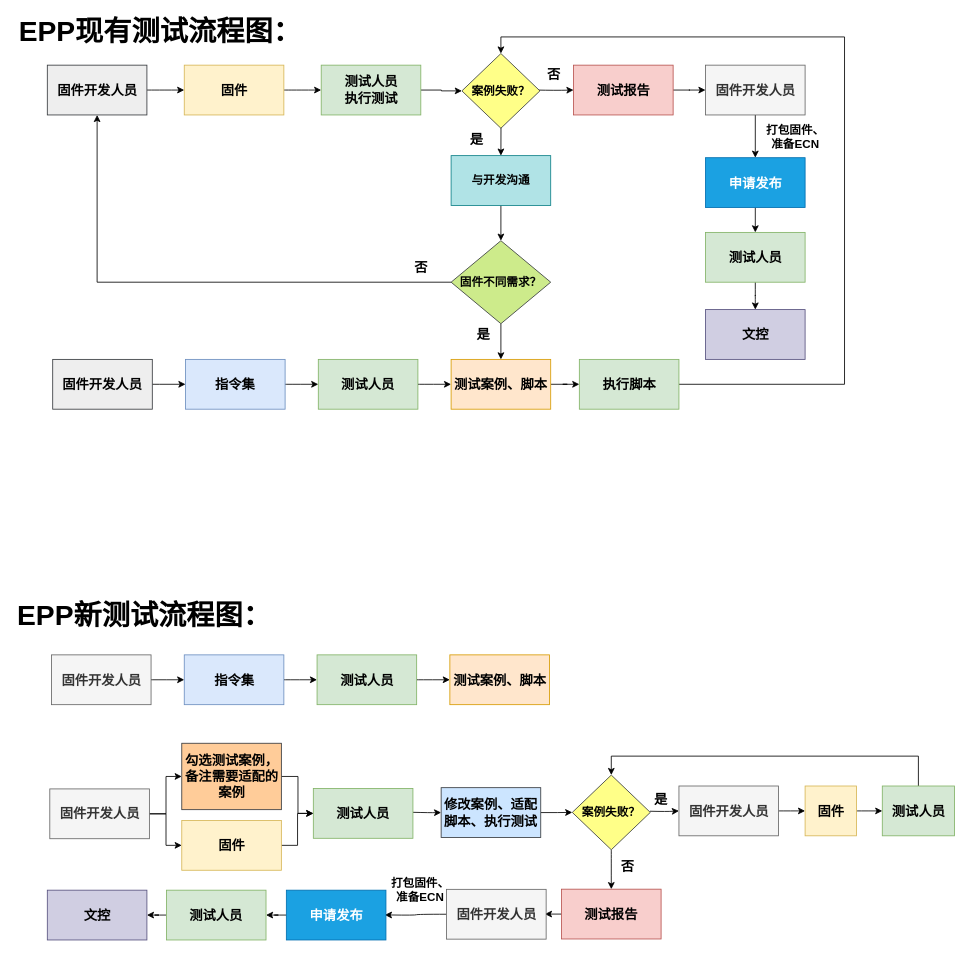
Above: EppFlowchart.drawio in yesiya/EppFlowchart (draw.io), before the change. Source tidied: cells renumbered, new cells numbered last; positions are measured from the earlier drawing's top-left corner, leaving out a move shared by most shapes. Both pictures are drawn from the tidied source at 83%, with x=0, y=0 at pixel (14, 22).
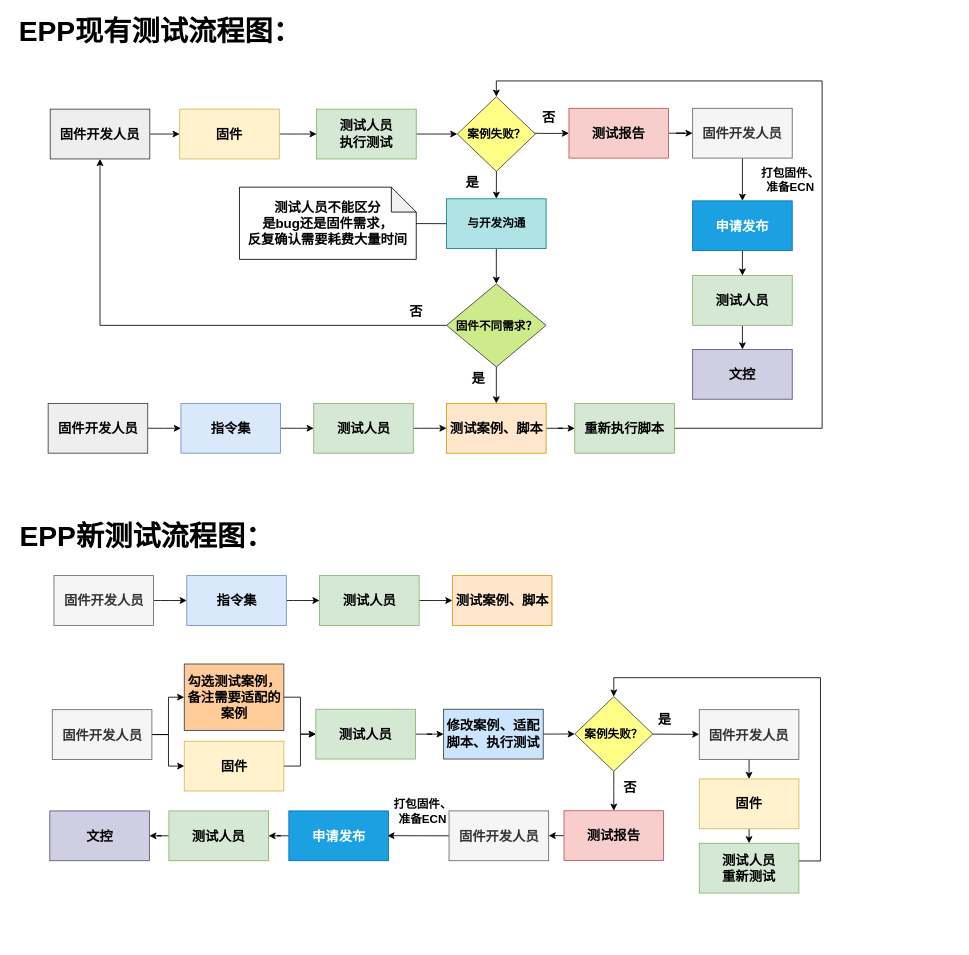
After the change.

The edit, as a diff of the source:
```diff
@@
     <mxCell id="3" value="固件开发人员" style="rounded=0;whiteSpace=wrap;html=1;fillColor=#eeeeee;strokeColor=#36393d;fontStyle=1;fontSize=16;" parent="1" vertex="1">
-      <mxGeometry x="46" y="405.5" width="120" height="60" as="geometry" />
+      <mxGeometry x="40.5" y="458.5" width="120" height="60" as="geometry" />
     </mxCell>
@@
     <mxCell id="5" value="指令集" style="rounded=0;whiteSpace=wrap;html=1;fillColor=#dae8fc;strokeColor=#6c8ebf;fontStyle=1;fontSize=16;" parent="1" vertex="1">
-      <mxGeometry x="206" y="405.5" width="120" height="60" as="geometry" />
+      <mxGeometry x="200.5" y="458.5" width="120" height="60" as="geometry" />
     </mxCell>
@@
     <mxCell id="7" value="测试人员" style="rounded=0;whiteSpace=wrap;html=1;fillColor=#d5e8d4;strokeColor=#82b366;fontStyle=1;fontSize=16;" parent="1" vertex="1">
-      <mxGeometry x="366" y="405.5" width="120" height="60" as="geometry" />
+      <mxGeometry x="360.5" y="458.5" width="120" height="60" as="geometry" />
     </mxCell>
@@
     <mxCell id="9" value="测试案例、脚本" style="rounded=0;whiteSpace=wrap;html=1;fillColor=#ffe6cc;strokeColor=#d79b00;fontStyle=1;fontSize=16;" parent="1" vertex="1">
-      <mxGeometry x="526" y="405.5" width="120" height="60" as="geometry" />
+      <mxGeometry x="520.5" y="458.5" width="120" height="60" as="geometry" />
     </mxCell>
@@
     <mxCell id="11" value="固件开发人员" style="rounded=0;whiteSpace=wrap;html=1;fillColor=#eeeeee;strokeColor=#36393d;fontStyle=1;fontSize=16;" parent="1" vertex="1">
-      <mxGeometry x="39.5" y="51" width="120" height="60" as="geometry" />
+      <mxGeometry x="43" y="104" width="120" height="60" as="geometry" />
     </mxCell>
@@
     <mxCell id="13" value="固件" style="rounded=0;whiteSpace=wrap;html=1;fillColor=#fff2cc;strokeColor=#d6b656;fontStyle=1;fontSize=16;" parent="1" vertex="1">
-      <mxGeometry x="204.5" y="51" width="120" height="60" as="geometry" />
+      <mxGeometry x="199" y="104" width="120" height="60" as="geometry" />
     </mxCell>
@@
     <mxCell id="15" value="测试人员&lt;br&gt;执行测试" style="rounded=0;whiteSpace=wrap;html=1;fillColor=#d5e8d4;strokeColor=#82b366;fontStyle=1;fontSize=16;" parent="1" vertex="1">
-      <mxGeometry x="369.5" y="51" width="120" height="60" as="geometry" />
+      <mxGeometry x="364" y="104" width="120" height="60" as="geometry" />
     </mxCell>
@@
     <mxCell id="17" value="测试报告" style="rounded=0;whiteSpace=wrap;html=1;fillColor=#f8cecc;strokeColor=#b85450;fontStyle=1;fontSize=16;" parent="1" vertex="1">
-      <mxGeometry x="673.5" y="51" width="120" height="60" as="geometry" />
+      <mxGeometry x="668" y="103" width="120" height="60" as="geometry" />
     </mxCell>
@@
     <mxCell id="19" value="固件开发人员" style="rounded=0;whiteSpace=wrap;html=1;fillColor=#f5f5f5;strokeColor=#666666;fontColor=#333333;fontStyle=1;fontSize=16;" parent="1" vertex="1">
-      <mxGeometry x="832.5" y="51" width="120" height="60" as="geometry" />
+      <mxGeometry x="817" y="103" width="120" height="60" as="geometry" />
     </mxCell>
@@
     <mxCell id="21" value="申请发布" style="rounded=0;whiteSpace=wrap;html=1;fillColor=#1ba1e2;strokeColor=#006EAF;fontColor=#ffffff;fontStyle=1;fontSize=16;" parent="1" vertex="1">
-      <mxGeometry x="832.5" y="162.5" width="120" height="60" as="geometry" />
+      <mxGeometry x="817" y="214.5" width="120" height="60" as="geometry" />
     </mxCell>
     <mxCell id="22" value="&lt;font style=&quot;font-size: 14px;&quot;&gt;打包固件、准备ECN&lt;/font&gt;" style="rounded=0;whiteSpace=wrap;html=1;fontSize=14;fillColor=none;strokeColor=none;fontStyle=1;" parent="1" vertex="1">
-      <mxGeometry x="900.5" y="117" width="80" height="40" as="geometry" />
+      <mxGeometry x="895" y="169" width="80" height="40" as="geometry" />
     </mxCell>
     <mxCell id="23" value="&lt;font style=&quot;font-size: 16px&quot;&gt;否&lt;/font&gt;" style="whiteSpace=wrap;html=1;fontSize=14;fontStyle=1;fillColor=none;strokeColor=none;" parent="1" vertex="1">
-      <mxGeometry x="629.5" y="42" width="40" height="40" as="geometry" />
+      <mxGeometry x="624" y="94" width="40" height="40" as="geometry" />
     </mxCell>
@@
     <mxCell id="25" value="与开发沟通" style="rounded=0;whiteSpace=wrap;html=1;fontSize=14;fillColor=#b0e3e6;strokeColor=#0e8088;fontStyle=1;" parent="1" vertex="1">
-      <mxGeometry x="526" y="160" width="120" height="60" as="geometry" />
+      <mxGeometry x="520.5" y="212" width="120" height="60" as="geometry" />
     </mxCell>
     <mxCell id="26" style="edgeStyle=orthogonalEdgeStyle;curved=1;rounded=0;jettySize=auto;html=1;fontSize=14;fontStyle=1;" parent="1" edge="1" target="17">
       <mxGeometry relative="1" as="geometry">
-        <mxPoint x="628.5" y="81" as="sourcePoint" />
+        <mxPoint x="623" y="133" as="sourcePoint" />
       </mxGeometry>
     </mxCell>
     <mxCell id="27" style="edgeStyle=none;rounded=0;jettySize=auto;html=1;exitX=0.5;exitY=1;exitDx=0;exitDy=0;entryX=0.5;entryY=0;entryDx=0;entryDy=0;fontSize=16;" parent="1" edge="1" target="25">
       <mxGeometry relative="1" as="geometry">
-        <mxPoint x="586.1" y="125.6" as="sourcePoint" />
+        <mxPoint x="580.6" y="177.6" as="sourcePoint" />
       </mxGeometry>
     </mxCell>
     <mxCell id="28" value="案例失败？" style="rhombus;whiteSpace=wrap;html=1;fontSize=14;fillColor=#ffff88;strokeColor=#36393d;fontStyle=1;" parent="1" vertex="1">
-      <mxGeometry x="539" y="37" width="94" height="90" as="geometry" />
+      <mxGeometry x="533.5" y="89" width="94" height="90" as="geometry" />
     </mxCell>
     <mxCell id="29" value="&lt;font style=&quot;font-size: 16px&quot;&gt;是&lt;br&gt;&lt;/font&gt;" style="whiteSpace=wrap;html=1;fontSize=14;fontStyle=1;fillColor=none;strokeColor=none;" parent="1" vertex="1">
-      <mxGeometry x="537" y="120" width="40" height="40" as="geometry" />
+      <mxGeometry x="531.5" y="172" width="40" height="40" as="geometry" />
     </mxCell>
@@
     <mxCell id="31" value="固件开发人员" style="rounded=0;whiteSpace=wrap;html=1;fillColor=#f5f5f5;strokeColor=#666666;fontColor=#333333;fontStyle=1;fontSize=16;" parent="1" vertex="1">
-      <mxGeometry x="44.5" y="761.5" width="120" height="60" as="geometry" />
+      <mxGeometry x="47.5" y="666" width="120" height="60" as="geometry" />
     </mxCell>
@@
     <mxCell id="33" value="指令集" style="rounded=0;whiteSpace=wrap;html=1;fillColor=#dae8fc;strokeColor=#6c8ebf;fontStyle=1;fontSize=16;" parent="1" vertex="1">
-      <mxGeometry x="204.5" y="761.5" width="120" height="60" as="geometry" />
+      <mxGeometry x="207.5" y="666" width="120" height="60" as="geometry" />
     </mxCell>
@@
     <mxCell id="35" value="测试人员" style="rounded=0;whiteSpace=wrap;html=1;fillColor=#d5e8d4;strokeColor=#82b366;fontStyle=1;fontSize=16;" parent="1" vertex="1">
-      <mxGeometry x="364.5" y="761.5" width="120" height="60" as="geometry" />
+      <mxGeometry x="367.5" y="666" width="120" height="60" as="geometry" />
     </mxCell>
     <mxCell id="36" value="测试案例、脚本" style="rounded=0;whiteSpace=wrap;html=1;fillColor=#ffe6cc;strokeColor=#d79b00;fontStyle=1;fontSize=16;" parent="1" vertex="1">
-      <mxGeometry x="524.5" y="761.5" width="120" height="60" as="geometry" />
+      <mxGeometry x="527.5" y="666" width="120" height="60" as="geometry" />
     </mxCell>
@@
-    <mxCell id="38" style="edgeStyle=orthogonalEdgeStyle;rounded=0;jettySize=auto;html=1;exitX=1;exitY=0.5;exitDx=0;exitDy=0;fontSize=14;" parent="1" edge="1" source="39" target="52">
+    <mxCell id="38" style="edgeStyle=orthogonalEdgeStyle;rounded=0;jettySize=auto;html=1;exitX=1;exitY=0.5;exitDx=0;exitDy=0;fontSize=16;" parent="1" edge="1" source="39" target="52">
       <mxGeometry relative="1" as="geometry" />
     </mxCell>
     <mxCell id="39" value="固件开发人员" style="rounded=0;whiteSpace=wrap;html=1;fillColor=#f5f5f5;strokeColor=#666666;fontColor=#333333;fontStyle=1;fontSize=16;" parent="1" vertex="1">
-      <mxGeometry x="42.5" y="923" width="120" height="60" as="geometry" />
+      <mxGeometry x="45.5" y="827.5" width="120" height="60" as="geometry" />
     </mxCell>
@@
     <mxCell id="41" value="勾选测试案例，备注需要适配的案例" style="rounded=0;whiteSpace=wrap;html=1;fillColor=#ffcc99;strokeColor=#36393d;fontStyle=1;fontSize=16;" parent="1" vertex="1">
-      <mxGeometry x="201.5" y="868" width="120" height="80" as="geometry" />
+      <mxGeometry x="204.5" y="772.5" width="120" height="80" as="geometry" />
     </mxCell>
-    <mxCell id="42" style="edgeStyle=orthogonalEdgeStyle;curved=1;rounded=0;jettySize=auto;html=1;fontSize=14;" parent="1" edge="1" target="45">
-      <mxGeometry relative="1" as="geometry">
-        <mxPoint x="480" y="951.2" as="sourcePoint" />
-      </mxGeometry>
-    </mxCell>
+    <mxCell id="81" style="edgeStyle=orthogonalEdgeStyle;rounded=0;jettySize=auto;html=1;exitX=1;exitY=0.5;exitDx=0;exitDy=0;fontSize=16;" parent="1" edge="1" source="43" target="45">
+      <mxGeometry relative="1" as="geometry" />
+    </mxCell>
     <mxCell id="43" value="测试人员" style="rounded=0;whiteSpace=wrap;html=1;fillColor=#d5e8d4;strokeColor=#82b366;fontStyle=1;fontSize=16;" parent="1" vertex="1">
-      <mxGeometry x="360" y="922.5" width="120" height="60" as="geometry" />
+      <mxGeometry x="363" y="827" width="120" height="60" as="geometry" />
     </mxCell>
-    <mxCell id="44" style="edgeStyle=orthogonalEdgeStyle;rounded=0;jettySize=auto;html=1;exitX=1;exitY=0.5;exitDx=0;exitDy=0;fontSize=16;" parent="1" edge="1" source="45" target="50">
+    <mxCell id="44" style="edgeStyle=none;rounded=0;jettySize=auto;html=1;fontSize=16;" parent="1" edge="1" source="45" target="50">
       <mxGeometry relative="1" as="geometry" />
     </mxCell>
     <mxCell id="45" value="修改案例、适配脚本、执行测试" style="rounded=0;whiteSpace=wrap;html=1;fillColor=#cce5ff;strokeColor=#36393d;fontStyle=1;fontSize=16;" parent="1" vertex="1">
-      <mxGeometry x="514" y="921.5" width="120" height="60" as="geometry" />
+      <mxGeometry x="517" y="827" width="120" height="60" as="geometry" />
     </mxCell>
-    <mxCell id="46" style="edgeStyle=orthogonalEdgeStyle;rounded=0;jettySize=auto;html=1;exitX=0;exitY=0.5;exitDx=0;exitDy=0;fontSize=16;" parent="1" edge="1" source="47" target="55">
+    <mxCell id="46" style="edgeStyle=none;rounded=0;jettySize=auto;html=1;exitX=0;exitY=0.5;exitDx=0;exitDy=0;fontSize=16;" parent="1" edge="1" source="47" target="55">
       <mxGeometry relative="1" as="geometry" />
     </mxCell>
     <mxCell id="47" value="测试报告" style="rounded=0;whiteSpace=wrap;html=1;fillColor=#f8cecc;strokeColor=#b85450;fontStyle=1;fontSize=16;" parent="1" vertex="1">
-      <mxGeometry x="659" y="1043.8" width="120" height="60" as="geometry" />
+      <mxGeometry x="662" y="949.3" width="120" height="60" as="geometry" />
     </mxCell>
@@
-    <mxCell id="49" style="edgeStyle=orthogonalEdgeStyle;curved=1;rounded=0;jettySize=auto;html=1;fontSize=16;" parent="1" edge="1" target="63">
-      <mxGeometry relative="1" as="geometry">
-        <mxPoint x="765.6" y="949.9" as="sourcePoint" />
-      </mxGeometry>
-    </mxCell>
+    <mxCell id="82" style="edgeStyle=none;rounded=0;jettySize=auto;html=1;fontSize=16;" parent="1" edge="1" source="50" target="63">
+      <mxGeometry relative="1" as="geometry" />
+    </mxCell>
     <mxCell id="50" value="案例失败？" style="rhombus;whiteSpace=wrap;html=1;fontSize=14;fillColor=#ffff88;strokeColor=#36393d;fontStyle=1;" parent="1" vertex="1">
-      <mxGeometry x="672" y="906.3" width="94" height="90" as="geometry" />
+      <mxGeometry x="675" y="811.8" width="94" height="90" as="geometry" />
     </mxCell>
-    <mxCell id="51" style="edgeStyle=elbowEdgeStyle;rounded=0;jettySize=auto;html=1;exitX=1;exitY=0.5;exitDx=0;exitDy=0;entryX=0;entryY=0.5;entryDx=0;entryDy=0;fontSize=16;" parent="1" edge="1" source="52" target="43">
+    <mxCell id="51" style="edgeStyle=orthogonalEdgeStyle;rounded=0;jettySize=auto;html=1;exitX=1;exitY=0.5;exitDx=0;exitDy=0;entryX=0;entryY=0.5;entryDx=0;entryDy=0;fontSize=16;" parent="1" edge="1" source="52" target="43">
       <mxGeometry relative="1" as="geometry" />
     </mxCell>
     <mxCell id="52" value="固件" style="rounded=0;whiteSpace=wrap;html=1;fontSize=16;fillColor=#fff2cc;strokeColor=#d6b656;fontStyle=1;" parent="1" vertex="1">
-      <mxGeometry x="201.5" y="961" width="120" height="60" as="geometry" />
+      <mxGeometry x="204.5" y="865.5" width="120" height="60" as="geometry" />
     </mxCell>
     <mxCell id="53" value="&lt;font style=&quot;font-size: 16px&quot;&gt;否&lt;/font&gt;" style="whiteSpace=wrap;html=1;fontSize=14;fontStyle=1;fillColor=none;strokeColor=none;" parent="1" vertex="1">
-      <mxGeometry x="719" y="996.3" width="40" height="40" as="geometry" />
+      <mxGeometry x="722" y="900.8" width="40" height="40" as="geometry" />
     </mxCell>
     <mxCell id="54" style="edgeStyle=orthogonalEdgeStyle;curved=1;rounded=0;jettySize=auto;html=1;exitX=0;exitY=0.5;exitDx=0;exitDy=0;entryX=1;entryY=0.5;entryDx=0;entryDy=0;fontSize=16;" parent="1" edge="1" source="55">
       <mxGeometry relative="1" as="geometry">
-        <mxPoint x="446.2" y="1074.8" as="targetPoint" />
+        <mxPoint x="449.2" y="979.3" as="targetPoint" />
       </mxGeometry>
     </mxCell>
     <mxCell id="55" value="固件开发人员" style="rounded=0;whiteSpace=wrap;html=1;fillColor=#f5f5f5;strokeColor=#666666;fontColor=#333333;fontStyle=1;fontSize=16;" parent="1" vertex="1">
-      <mxGeometry x="520.5" y="1044" width="120" height="60" as="geometry" />
+      <mxGeometry x="523.5" y="949.5" width="120" height="60" as="geometry" />
     </mxCell>
@@
     <mxCell id="57" value="申请发布" style="rounded=0;whiteSpace=wrap;html=1;fillColor=#1ba1e2;strokeColor=#006EAF;fontColor=#ffffff;fontStyle=1;fontSize=16;" parent="1" vertex="1">
-      <mxGeometry x="327.5" y="1045" width="120" height="60" as="geometry" />
+      <mxGeometry x="330.5" y="949.5" width="120" height="60" as="geometry" />
     </mxCell>
@@
     <mxCell id="59" value="测试人员" style="rounded=0;whiteSpace=wrap;html=1;fillColor=#d5e8d4;strokeColor=#82b366;fontStyle=1;fontSize=16;" parent="1" vertex="1">
-      <mxGeometry x="183" y="1045" width="120" height="60" as="geometry" />
+      <mxGeometry x="186" y="949.5" width="120" height="60" as="geometry" />
     </mxCell>
     <mxCell id="60" value="文控" style="rounded=0;whiteSpace=wrap;html=1;fillColor=#d0cee2;strokeColor=#56517e;fontStyle=1;fontSize=16;" parent="1" vertex="1">
-      <mxGeometry x="39.5" y="1045" width="120" height="60" as="geometry" />
+      <mxGeometry x="42.5" y="949.5" width="120" height="60" as="geometry" />
     </mxCell>
     <mxCell id="61" value="&lt;font style=&quot;font-size: 14px;&quot;&gt;打包固件、准备ECN&lt;/font&gt;" style="rounded=0;whiteSpace=wrap;html=1;fontSize=14;fillColor=none;strokeColor=none;fontStyle=1;" parent="1" vertex="1">
-      <mxGeometry x="448.5" y="1025" width="80" height="40" as="geometry" />
+      <mxGeometry x="451.5" y="929.5" width="80" height="40" as="geometry" />
     </mxCell>
-    <mxCell id="62" style="edgeStyle=orthogonalEdgeStyle;curved=1;rounded=0;jettySize=auto;html=1;exitX=1;exitY=0.5;exitDx=0;exitDy=0;entryX=0;entryY=0.5;entryDx=0;entryDy=0;fontSize=16;" parent="1" edge="1" source="63" target="68">
+    <mxCell id="62" style="edgeStyle=none;rounded=0;jettySize=auto;html=1;exitX=0.5;exitY=1;exitDx=0;exitDy=0;fontSize=16;" parent="1" edge="1" source="63" target="68">
       <mxGeometry relative="1" as="geometry" />
     </mxCell>
     <mxCell id="63" value="固件开发人员" style="rounded=0;whiteSpace=wrap;html=1;fillColor=#f5f5f5;strokeColor=#666666;fontColor=#333333;fontStyle=1;fontSize=16;" parent="1" vertex="1">
-      <mxGeometry x="800.5" y="919.5" width="120" height="60" as="geometry" />
+      <mxGeometry x="825" y="827.5" width="120" height="60" as="geometry" />
     </mxCell>
     <mxCell id="64" value="&lt;font style=&quot;font-size: 16px&quot;&gt;是&lt;/font&gt;" style="whiteSpace=wrap;html=1;fontSize=14;fontStyle=1;fillColor=none;strokeColor=none;" parent="1" vertex="1">
-      <mxGeometry x="759" y="916.3" width="40" height="40" as="geometry" />
+      <mxGeometry x="769.5" y="825.5" width="27" height="27" as="geometry" />
     </mxCell>
-    <mxCell id="65" style="edgeStyle=orthogonalEdgeStyle;rounded=0;jettySize=auto;html=1;exitX=0.5;exitY=0;exitDx=0;exitDy=0;entryX=0.5;entryY=0;entryDx=0;entryDy=0;fontSize=16;" parent="1" edge="1" source="66" target="50">
+    <mxCell id="65" style="edgeStyle=orthogonalEdgeStyle;rounded=0;jettySize=auto;html=1;entryX=0.5;entryY=0;entryDx=0;entryDy=0;fontSize=16;" parent="1" edge="1" target="50">
       <mxGeometry relative="1" as="geometry">
+        <mxPoint x="919.5" y="1009.8" as="sourcePoint" />
         <Array as="points">
-          <mxPoint x="1088.5" y="883.5" />
-          <mxPoint x="718.5" y="883.5" />
+          <mxPoint x="971" y="1010" />
+          <mxPoint x="971" y="789" />
+          <mxPoint x="722" y="789" />
         </Array>
       </mxGeometry>
     </mxCell>
-    <mxCell id="66" value="测试人员" style="rounded=0;whiteSpace=wrap;html=1;fillColor=#d5e8d4;strokeColor=#82b366;fontStyle=1;fontSize=16;" parent="1" vertex="1">
-      <mxGeometry x="1045.5" y="919.5" width="87" height="60" as="geometry" />
-    </mxCell>
-    <mxCell id="67" style="edgeStyle=orthogonalEdgeStyle;curved=1;rounded=0;jettySize=auto;html=1;exitX=1;exitY=0.5;exitDx=0;exitDy=0;entryX=0;entryY=0.5;entryDx=0;entryDy=0;fontSize=16;" parent="1" edge="1" source="68" target="66">
-      <mxGeometry relative="1" as="geometry" />
-    </mxCell>
-    <mxCell id="68" value="固件" style="rounded=0;whiteSpace=wrap;html=1;fontSize=16;fillColor=#fff2cc;strokeColor=#d6b656;fontStyle=1;" parent="1" vertex="1">
-      <mxGeometry x="952.5" y="919.5" width="62" height="60" as="geometry" />
-    </mxCell>
@@
     <mxCell id="70" value="EPP新测试流程图：" style="text;html=1;strokeColor=none;fillColor=none;align=center;verticalAlign=middle;whiteSpace=wrap;rounded=0;fontSize=34;fontStyle=1;" parent="1" vertex="1">
-      <mxGeometry y="704" width="313" height="20" as="geometry" />
+      <mxGeometry x="3" y="608.5" width="313" height="20" as="geometry" />
     </mxCell>
@@
     <mxCell id="73" value="固件不同需求？" style="rhombus;whiteSpace=wrap;html=1;fontSize=14;fillColor=#cdeb8b;strokeColor=#36393d;fontStyle=1;" parent="1" vertex="1">
-      <mxGeometry x="526" y="262.5" width="120" height="100" as="geometry" />
+      <mxGeometry x="520.5" y="314.5" width="120" height="100" as="geometry" />
     </mxCell>
-    <mxCell id="74" style="edgeStyle=orthogonalEdgeStyle;curved=1;rounded=0;jettySize=auto;html=1;fontSize=14;fontStyle=1;" parent="1" edge="1" source="75" target="76">
+    <mxCell id="74" style="edgeStyle=none;rounded=0;jettySize=auto;html=1;exitX=0.5;exitY=1;exitDx=0;exitDy=0;fontSize=16;" parent="1" edge="1" source="75" target="76">
       <mxGeometry relative="1" as="geometry" />
     </mxCell>
     <mxCell id="75" value="测试人员" style="rounded=0;whiteSpace=wrap;html=1;fillColor=#d5e8d4;strokeColor=#82b366;fontStyle=1;fontSize=16;" parent="1" vertex="1">
-      <mxGeometry x="832.5" y="252.5" width="120" height="60" as="geometry" />
+      <mxGeometry x="817" y="304.5" width="120" height="60" as="geometry" />
     </mxCell>
     <mxCell id="76" value="文控" style="rounded=0;whiteSpace=wrap;html=1;fillColor=#d0cee2;strokeColor=#56517e;fontStyle=1;fontSize=16;" parent="1" vertex="1">
-      <mxGeometry x="832.5" y="345.5" width="120" height="60" as="geometry" />
+      <mxGeometry x="817" y="393.5" width="120" height="60" as="geometry" />
     </mxCell>
     <mxCell id="77" value="&lt;font style=&quot;font-size: 16px&quot;&gt;是&lt;br&gt;&lt;/font&gt;" style="whiteSpace=wrap;html=1;fontSize=14;fontStyle=1;fillColor=none;strokeColor=none;" parent="1" vertex="1">
-      <mxGeometry x="544.5" y="355.5" width="40" height="40" as="geometry" />
+      <mxGeometry x="539" y="408.5" width="40" height="40" as="geometry" />
     </mxCell>
     <mxCell id="78" value="&lt;font style=&quot;font-size: 16px&quot;&gt;否&lt;/font&gt;" style="whiteSpace=wrap;html=1;fontSize=14;fontStyle=1;fillColor=none;strokeColor=none;" parent="1" vertex="1">
-      <mxGeometry x="469.5" y="274.5" width="40" height="40" as="geometry" />
+      <mxGeometry x="464" y="327.5" width="40" height="40" as="geometry" />
     </mxCell>
     <mxCell id="79" style="edgeStyle=orthogonalEdgeStyle;rounded=0;jettySize=auto;html=1;exitX=1;exitY=0.5;exitDx=0;exitDy=0;entryX=0.5;entryY=0;entryDx=0;entryDy=0;fontSize=16;" parent="1" edge="1" source="80" target="28">
       <mxGeometry relative="1" as="geometry">
         <Array as="points">
-          <mxPoint x="1000" y="436" />
-          <mxPoint x="1000" y="17" />
-          <mxPoint x="586" y="17" />
+          <mxPoint x="973" y="489" />
+          <mxPoint x="973" y="70" />
+          <mxPoint x="581" y="70" />
         </Array>
       </mxGeometry>
     </mxCell>
-    <mxCell id="80" value="执行脚本" style="rounded=0;whiteSpace=wrap;html=1;fillColor=#d5e8d4;strokeColor=#82b366;fontStyle=1;fontSize=16;" parent="1" vertex="1">
-      <mxGeometry x="680.5" y="405.5" width="120" height="60" as="geometry" />
+    <mxCell id="80" value="重新执行脚本" style="rounded=0;whiteSpace=wrap;html=1;fillColor=#d5e8d4;strokeColor=#82b366;fontStyle=1;fontSize=16;" parent="1" vertex="1">
+      <mxGeometry x="675" y="458.5" width="120" height="60" as="geometry" />
     </mxCell>
+    <mxCell id="83" value="测试人员不能区分&lt;br&gt;是bug还是固件需求，&lt;br&gt;反复确认需要耗费大量时间&lt;br&gt;" style="shape=note;whiteSpace=wrap;html=1;backgroundOutline=1;darkOpacity=0.05;fontSize=16;fontStyle=1;" parent="1" vertex="1">
+      <mxGeometry x="271" y="198" width="213" height="87" as="geometry" />
+    </mxCell>
+    <mxCell id="84" style="endArrow=none;html=1;fontSize=16;exitX=0;exitY=0.5;exitDx=0;exitDy=0;" parent="1" edge="1" source="25" target="83">
+      <mxGeometry relative="1" as="geometry" />
+    </mxCell>
+    <mxCell id="85" style="edgeStyle=none;rounded=0;jettySize=auto;html=1;exitX=0.5;exitY=1;exitDx=0;exitDy=0;fontSize=16;" parent="1" edge="1" source="68" target="86">
+      <mxGeometry relative="1" as="geometry" />
+    </mxCell>
+    <mxCell id="68" value="固件" style="rounded=0;whiteSpace=wrap;html=1;fontSize=16;fillColor=#fff2cc;strokeColor=#d6b656;fontStyle=1;" parent="1" vertex="1">
+      <mxGeometry x="825" y="911" width="120" height="60" as="geometry" />
+    </mxCell>
+    <mxCell id="86" value="测试人员&lt;br&gt;重新测试" style="rounded=0;whiteSpace=wrap;html=1;fillColor=#d5e8d4;strokeColor=#82b366;fontStyle=1;fontSize=16;" parent="1" vertex="1">
+      <mxGeometry x="825" y="988.5" width="120" height="60" as="geometry" />
+    </mxCell>
```
